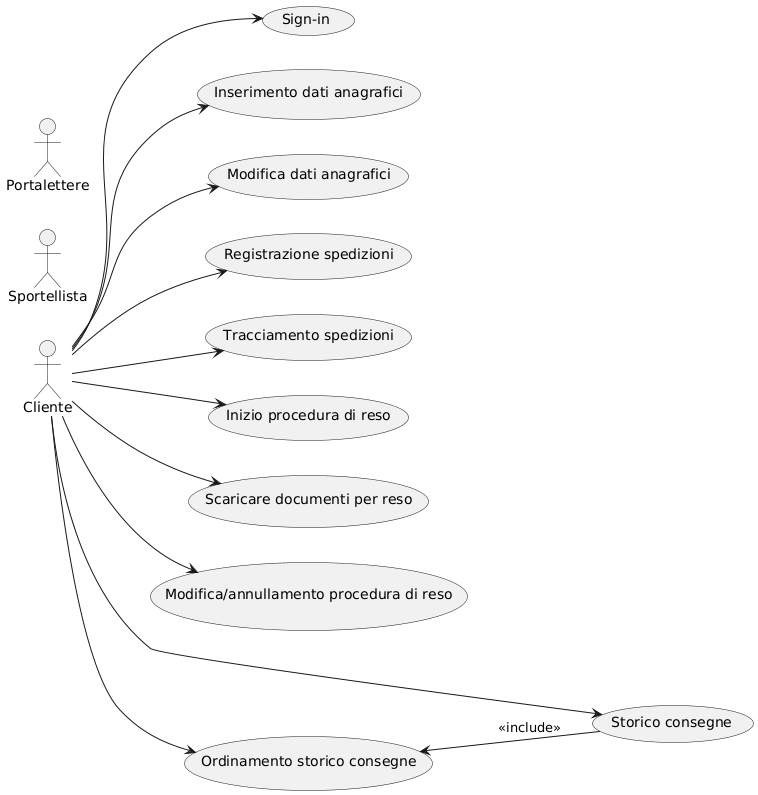
The PlantUML diagram assets/usecase_clienti.png in Zi0LEO/SistemiInformativi, before a commit. Source of this version:
```plantuml
@startuml
left to right direction

actor Cliente
actor Sportellista
actor Portalettere

usecase "Sign-in" as UC1
usecase "Inserimento dati anagrafici" as UC2
usecase "Modifica dati anagrafici" as UC3
usecase "Registrazione spedizioni" as UC4
usecase "Tracciamento spedizioni" as UC5
usecase "Inizio procedura di reso" as UC6
usecase "Scaricare documenti per reso" as UC7
usecase "Modifica/annullamento procedura di reso" as UC8
usecase "Storico consegne" as UC9
usecase "Ordinamento storico consegne" as UC10

Cliente --> UC1
Cliente --> UC2
Cliente --> UC3
Cliente --> UC4
Cliente --> UC5
Cliente --> UC6
Cliente --> UC7
Cliente --> UC8
Cliente --> UC9
Cliente --> UC10

UC10 <-- UC9 : <<include>>
@enduml
```
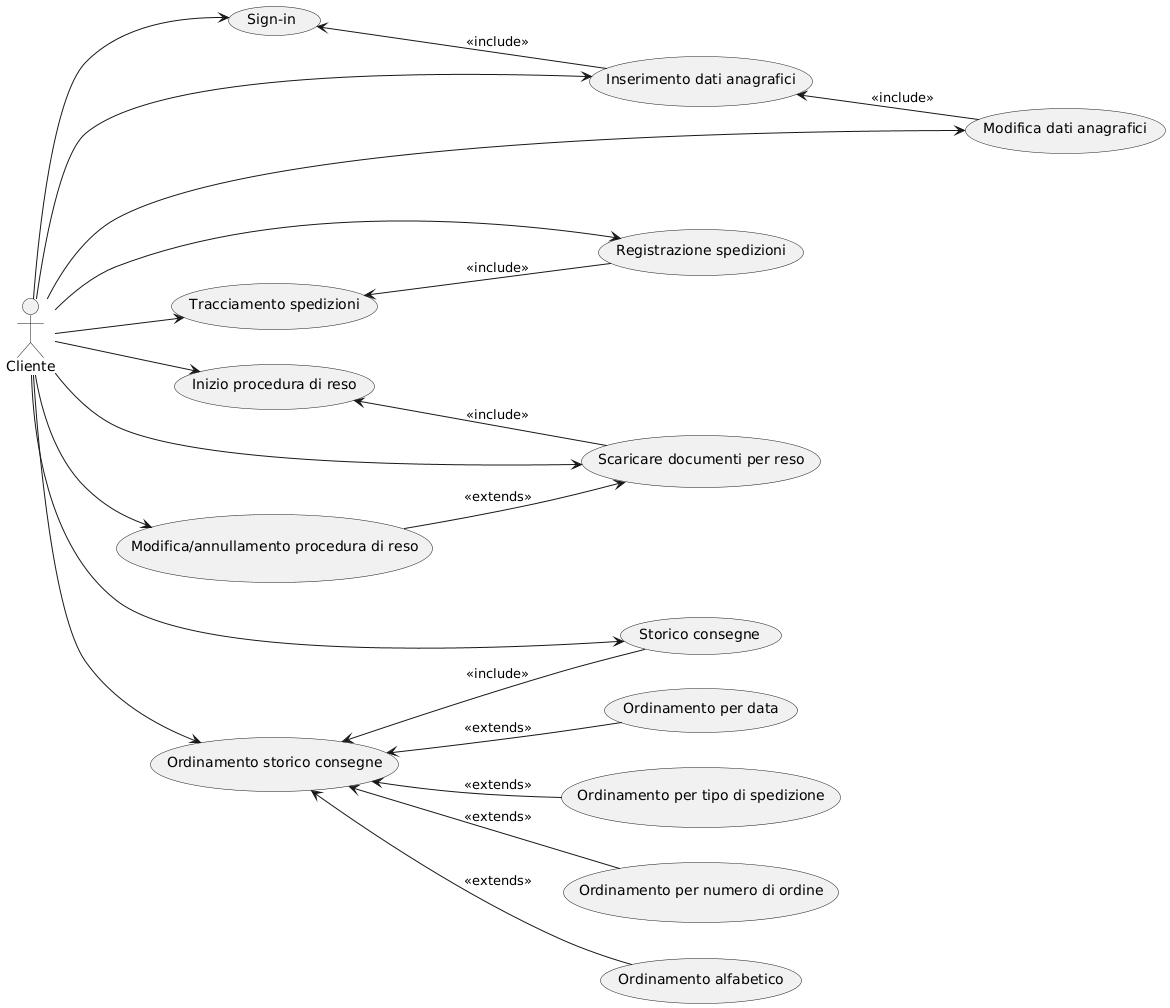
Above is the later version.

Commit message:
modified usecase diagrams

Change to the diagram source:
```diff
@@ -2,8 +2,6 @@
 left to right direction
 
 actor Cliente
-actor Sportellista
-actor Portalettere
 
 usecase "Sign-in" as UC1
 usecase "Inserimento dati anagrafici" as UC2
@@ -17,15 +15,28 @@
 usecase "Ordinamento storico consegne" as UC10
 
 Cliente --> UC1
+UC1 <-- UC2 : <<include>>
 Cliente --> UC2
+UC2 <-- UC3 : <<include>>
 Cliente --> UC3
 Cliente --> UC4
+UC5 <-- UC4 : <<include>>
 Cliente --> UC5
+UC6 <-- UC7 : <<include>>
 Cliente --> UC6
+UC8 --> UC7 : <<extends>>
 Cliente --> UC7
 Cliente --> UC8
 Cliente --> UC9
 Cliente --> UC10
 
+usecase "Ordinamento per data" as UC11
+usecase "Ordinamento per tipo di spedizione" as UC12
+usecase "Ordinamento per numero di ordine" as UC13
+usecase "Ordinamento alfabetico" as UC14
 UC10 <-- UC9 : <<include>>
+UC10 <-- UC11 : <<extends>>
+UC10 <-- UC12 : <<extends>>
+UC10 <-- UC13 : <<extends>>
+UC10 <-- UC14 : <<extends>>
 @enduml
```
